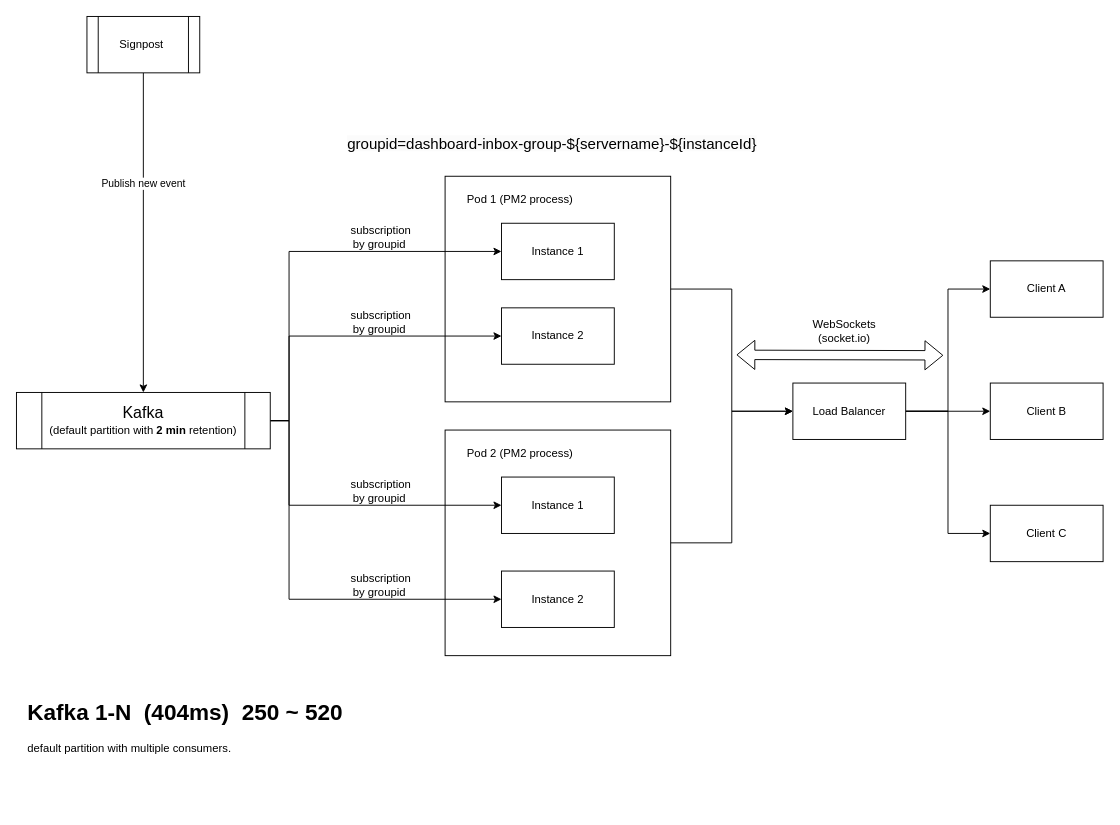
half-6/workflow keeps this draw.io diagram as page "Kafka 1-n" (2 of 5) of hppd-Inbox.drawio. Above is the earlier version. Source tidied: cells renumbered, new cells numbered last; positions are measured from the earlier drawing's top-left corner, leaving out a move shared by most shapes. Both pictures are drawn from the tidied source at 94%, with x=0, y=0 at pixel (16, 16).
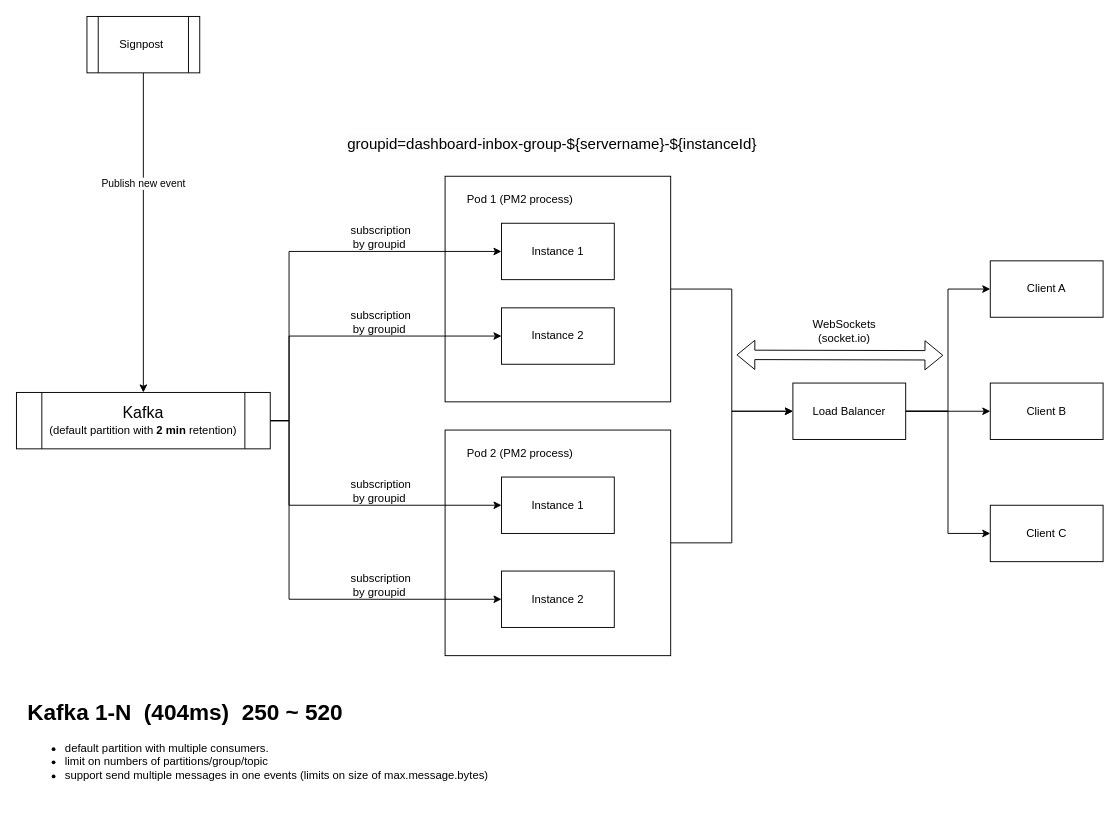
Above is the later version.

The edit, as a diff of the source:
```diff
@@
-    <mxCell id="36" value="&lt;h1 style=&quot;margin-top: 0px;&quot;&gt;Kafka 1-N&amp;nbsp; (404ms)&amp;nbsp; 250 ~ 520&lt;/h1&gt;&lt;p&gt;default partition with multiple consumers.&amp;nbsp; &amp;nbsp;&lt;/p&gt;" style="text;html=1;whiteSpace=wrap;overflow=hidden;rounded=0;" parent="1" vertex="1">
+    <mxCell id="36" value="&lt;h1 style=&quot;margin-top: 0px;&quot;&gt;Kafka 1-N&amp;nbsp; (404ms)&amp;nbsp; 250 ~ 520&lt;/h1&gt;&lt;p&gt;&lt;/p&gt;&lt;ul&gt;&lt;li&gt;default partition with multiple consumers.&amp;nbsp;&lt;/li&gt;&lt;li&gt;limit on numbers of partitions/group/topic&lt;/li&gt;&lt;li&gt;support send multiple messages in one events (limits on size of max.message.bytes)&lt;/li&gt;&lt;/ul&gt;&lt;p&gt;&lt;/p&gt;" style="text;html=1;whiteSpace=wrap;overflow=hidden;rounded=0;" parent="1" vertex="1">
       <mxGeometry x="10" y="720" width="650" height="120" as="geometry" />
     </mxCell>
```
